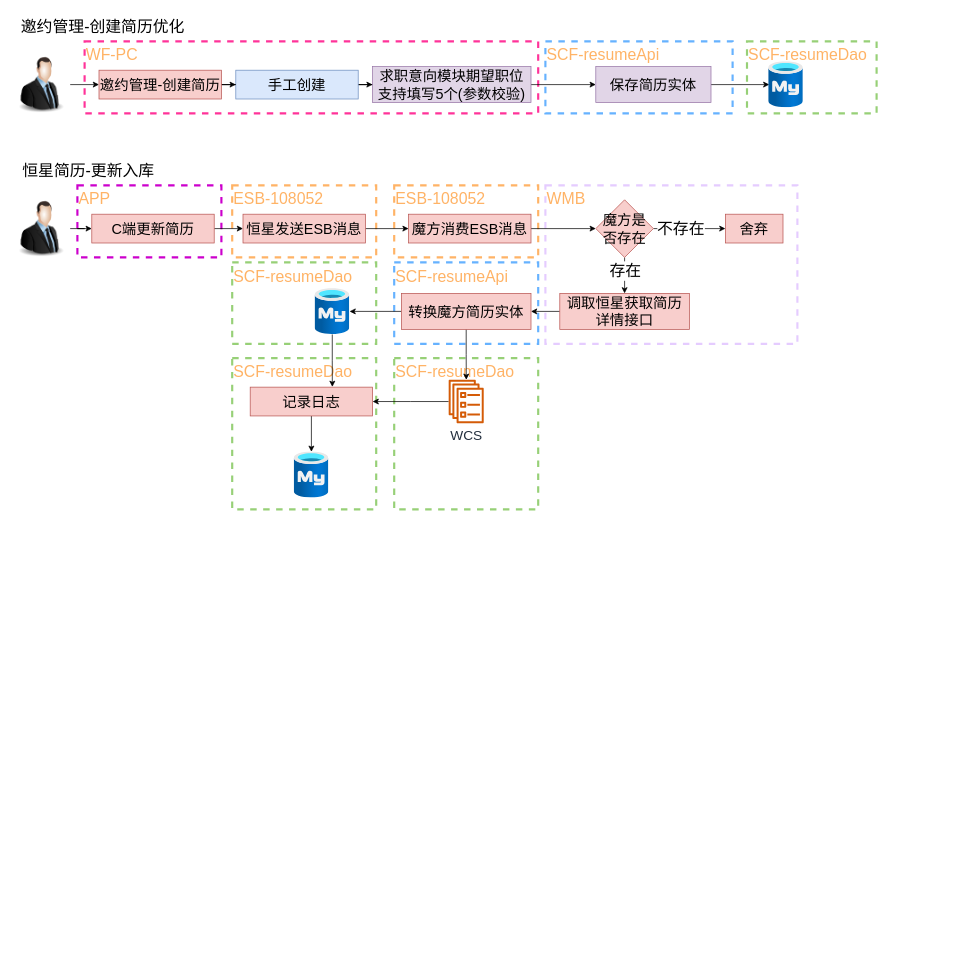
Before: 恒星简历更新需求-4909.drawio in LuOyEbY/draw-b, a draw.io diagram. Source tidied: cells renumbered, new cells numbered last; positions are measured from the earlier drawing's top-left corner, leaving out a move shared by most shapes. Both pictures are drawn from the tidied source at 72%, with x=0, y=0 at pixel (12, 12).
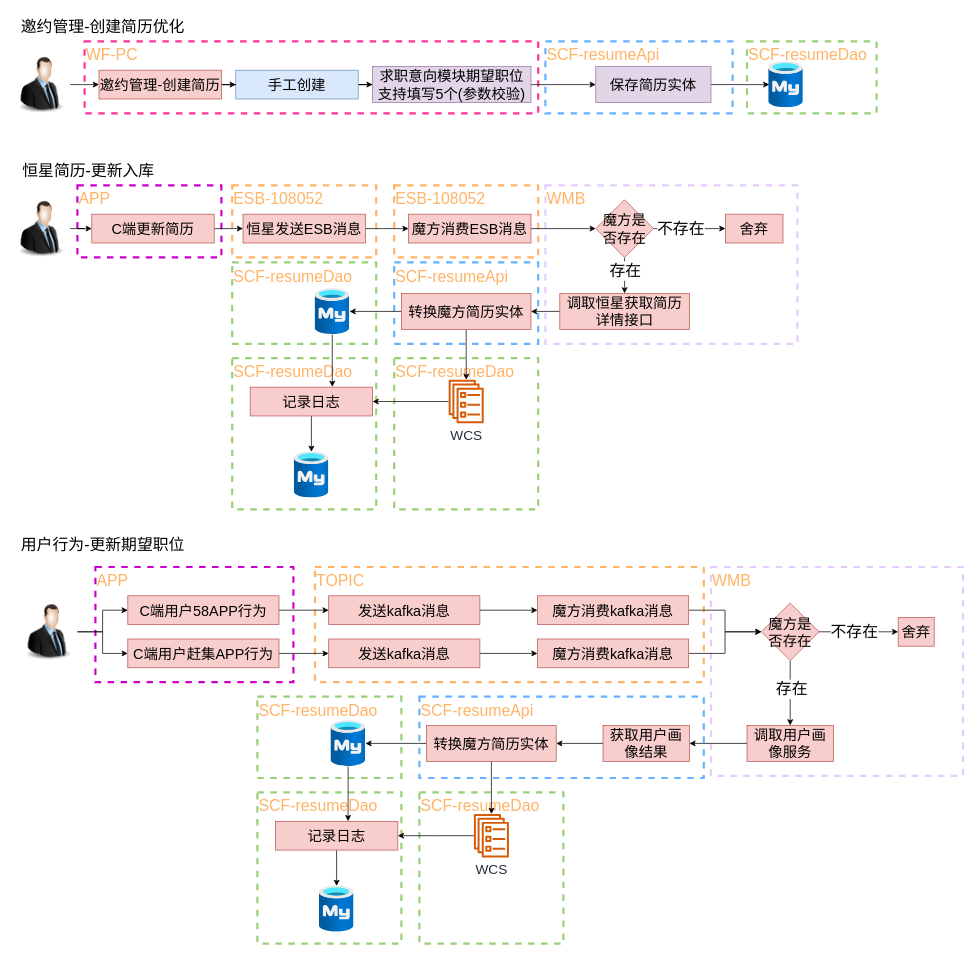
After the change.

Commit message (it also covers changes not shown here):
更新恒星简历更新需求-4909.drawio

Change to the diagram source:
```diff
@@
+    <mxCell id="52" value="TOPIC" style="rounded=0;whiteSpace=wrap;html=1;dashed=1;strokeColor=#FFB366;align=left;verticalAlign=top;fontSize=22;fontColor=#FFB366;strokeWidth=3;" parent="1" vertex="1">
+      <mxGeometry x="420" y="770" width="540" height="160" as="geometry" />
+    </mxCell>
+    <mxCell id="53" value="APP" style="rounded=0;whiteSpace=wrap;html=1;dashed=1;strokeColor=#CC00CC;align=left;verticalAlign=top;fontSize=22;fontColor=#FFB366;strokeWidth=3;" parent="1" vertex="1">
+      <mxGeometry x="115" y="770" width="275" height="160" as="geometry" />
+    </mxCell>
+    <mxCell id="54" value="WMB" style="rounded=0;whiteSpace=wrap;html=1;dashed=1;strokeColor=#E5CCFF;align=left;verticalAlign=top;fontSize=22;fontColor=#FFB366;strokeWidth=3;" parent="1" vertex="1">
+      <mxGeometry x="970" y="770" width="350" height="290" as="geometry" />
+    </mxCell>
+    <mxCell id="55" value="SCF-resumeApi" style="rounded=0;whiteSpace=wrap;html=1;dashed=1;strokeColor=#66B2FF;align=left;verticalAlign=top;fontSize=22;fontColor=#FFB366;strokeWidth=3;" parent="1" vertex="1">
+      <mxGeometry x="565" y="950" width="395" height="113" as="geometry" />
+    </mxCell>
@@
+    <mxCell id="56" value="&lt;font color=&quot;#000000&quot;&gt;用户行为-更新期望职位&lt;/font&gt;" style="text;html=1;align=center;verticalAlign=middle;strokeColor=none;fillColor=none;fontSize=22;fontColor=#FFB366;" parent="1" vertex="1">
+      <mxGeometry y="720" width="250" height="40" as="geometry" />
+    </mxCell>
+    <mxCell id="57" style="edgeStyle=orthogonalEdgeStyle;rounded=0;jettySize=auto;html=1;fontSize=22;fontColor=#000000;" parent="1" edge="1" source="59" target="61">
+      <mxGeometry relative="1" as="geometry" />
+    </mxCell>
+    <mxCell id="58" style="edgeStyle=orthogonalEdgeStyle;rounded=0;jettySize=auto;html=1;entryX=0;entryY=0.5;entryDx=0;entryDy=0;fontSize=22;fontColor=#000000;" parent="1" edge="1" source="59" target="63">
+      <mxGeometry relative="1" as="geometry" />
+    </mxCell>
+    <mxCell id="59" style="image;html=1;image=img/lib/clip_art/people/Suit_Man_128x128.png;fontSize=20;" parent="1" vertex="1">
+      <mxGeometry x="10" y="820" width="80" height="80" as="geometry" />
+    </mxCell>
+    <mxCell id="60" style="edgeStyle=orthogonalEdgeStyle;rounded=0;jettySize=auto;html=1;fontSize=22;fontColor=#000000;" parent="1" edge="1" source="61" target="65">
+      <mxGeometry relative="1" as="geometry" />
+    </mxCell>
+    <mxCell id="61" value="C端用户58APP行为" style="rounded=0;whiteSpace=wrap;html=1;fontSize=20;fillColor=#f8cecc;strokeColor=#b85450;" parent="1" vertex="1">
+      <mxGeometry x="160" y="810" width="210" height="40" as="geometry" />
+    </mxCell>
+    <mxCell id="62" style="edgeStyle=orthogonalEdgeStyle;rounded=0;jettySize=auto;html=1;entryX=0;entryY=0.5;entryDx=0;entryDy=0;fontSize=22;fontColor=#000000;" parent="1" edge="1" source="63" target="67">
+      <mxGeometry relative="1" as="geometry" />
+    </mxCell>
+    <mxCell id="63" value="C端用户赶集APP行为" style="rounded=0;whiteSpace=wrap;html=1;fontSize=20;fillColor=#f8cecc;strokeColor=#b85450;" parent="1" vertex="1">
+      <mxGeometry x="160" y="870" width="210" height="40" as="geometry" />
+    </mxCell>
+    <mxCell id="64" style="edgeStyle=orthogonalEdgeStyle;rounded=0;jettySize=auto;html=1;fontSize=22;fontColor=#000000;" parent="1" edge="1" source="65" target="69">
+      <mxGeometry relative="1" as="geometry" />
+    </mxCell>
+    <mxCell id="65" value="发送kafka消息" style="rounded=0;whiteSpace=wrap;html=1;fontSize=20;fillColor=#f8cecc;strokeColor=#b85450;" parent="1" vertex="1">
+      <mxGeometry x="439" y="810" width="210" height="40" as="geometry" />
+    </mxCell>
+    <mxCell id="66" style="edgeStyle=orthogonalEdgeStyle;rounded=0;jettySize=auto;html=1;fontSize=22;fontColor=#000000;" parent="1" edge="1" source="67" target="71">
+      <mxGeometry relative="1" as="geometry" />
+    </mxCell>
+    <mxCell id="67" value="发送kafka消息" style="rounded=0;whiteSpace=wrap;html=1;fontSize=20;fillColor=#f8cecc;strokeColor=#b85450;" parent="1" vertex="1">
+      <mxGeometry x="439" y="870" width="210" height="40" as="geometry" />
+    </mxCell>
+    <mxCell id="68" style="edgeStyle=orthogonalEdgeStyle;rounded=0;jettySize=auto;html=1;entryX=0;entryY=0.5;entryDx=0;entryDy=0;fontSize=22;fontColor=#000000;" parent="1" edge="1" source="69" target="76">
+      <mxGeometry relative="1" as="geometry" />
+    </mxCell>
+    <mxCell id="69" value="魔方消费kafka消息" style="rounded=0;whiteSpace=wrap;html=1;fontSize=20;fillColor=#f8cecc;strokeColor=#b85450;" parent="1" vertex="1">
+      <mxGeometry x="729" y="810" width="210" height="40" as="geometry" />
+    </mxCell>
+    <mxCell id="70" style="edgeStyle=orthogonalEdgeStyle;rounded=0;jettySize=auto;html=1;entryX=0;entryY=0.5;entryDx=0;entryDy=0;fontSize=22;fontColor=#000000;" parent="1" edge="1" source="71" target="76">
+      <mxGeometry relative="1" as="geometry" />
+    </mxCell>
+    <mxCell id="71" value="魔方消费kafka消息" style="rounded=0;whiteSpace=wrap;html=1;fontSize=20;fillColor=#f8cecc;strokeColor=#b85450;" parent="1" vertex="1">
+      <mxGeometry x="729" y="870" width="210" height="40" as="geometry" />
+    </mxCell>
+    <mxCell id="72" style="edgeStyle=orthogonalEdgeStyle;rounded=0;jettySize=auto;html=1;fontSize=22;fontColor=#000000;" parent="1" edge="1" source="76" target="77">
+      <mxGeometry relative="1" as="geometry" />
+    </mxCell>
+    <mxCell id="73" value="不存在" style="edgeLabel;html=1;align=center;verticalAlign=middle;fontSize=22;fontColor=#000000;" parent="72" vertex="1">
+      <mxGeometry x="-0.13" relative="1" as="geometry" />
+    </mxCell>
+    <mxCell id="74" style="edgeStyle=orthogonalEdgeStyle;rounded=0;jettySize=auto;html=1;fontSize=22;fontColor=#000000;" parent="1" edge="1" source="76" target="79">
+      <mxGeometry relative="1" as="geometry" />
+    </mxCell>
+    <mxCell id="75" value="存在" style="edgeLabel;html=1;align=center;verticalAlign=middle;fontSize=22;fontColor=#000000;" parent="74" vertex="1">
+      <mxGeometry x="-0.13" y="1" relative="1" as="geometry" />
+    </mxCell>
+    <mxCell id="76" value="魔方是否存在" style="rhombus;whiteSpace=wrap;html=1;fontSize=20;fillColor=#f8cecc;strokeColor=#b85450;rounded=0;strokeWidth=1;fontColor=#000000;" parent="1" vertex="1">
+      <mxGeometry x="1040" y="820" width="80" height="80" as="geometry" />
+    </mxCell>
+    <mxCell id="77" value="舍弃" style="whiteSpace=wrap;html=1;fontSize=20;fillColor=#f8cecc;strokeColor=#b85450;fontColor=#000000;rounded=0;strokeWidth=1;" parent="1" vertex="1">
+      <mxGeometry x="1230" y="840" width="50" height="40" as="geometry" />
+    </mxCell>
+    <mxCell id="78" style="edgeStyle=orthogonalEdgeStyle;rounded=0;jettySize=auto;html=1;fontSize=22;fontColor=#000000;" parent="1" edge="1" source="79" target="81">
+      <mxGeometry relative="1" as="geometry" />
+    </mxCell>
+    <mxCell id="79" value="调取用户画像服务" style="whiteSpace=wrap;html=1;fontSize=20;fillColor=#f8cecc;strokeColor=#b85450;fontColor=#000000;rounded=0;strokeWidth=1;" parent="1" vertex="1">
+      <mxGeometry x="1020" y="990" width="120" height="50" as="geometry" />
+    </mxCell>
+    <mxCell id="80" style="edgeStyle=orthogonalEdgeStyle;rounded=0;jettySize=auto;html=1;entryX=1;entryY=0.5;entryDx=0;entryDy=0;fontSize=22;fontColor=#000000;" parent="1" edge="1" source="81" target="87">
+      <mxGeometry relative="1" as="geometry" />
+    </mxCell>
+    <mxCell id="81" value="获取用户画像结果" style="whiteSpace=wrap;html=1;fontSize=20;fillColor=#f8cecc;strokeColor=#b85450;fontColor=#000000;rounded=0;strokeWidth=1;" parent="1" vertex="1">
+      <mxGeometry x="820" y="990" width="120" height="50" as="geometry" />
+    </mxCell>
+    <mxCell id="82" value="SCF-resumeDao" style="rounded=0;whiteSpace=wrap;html=1;dashed=1;strokeColor=#97D077;align=left;verticalAlign=top;fontSize=22;fontColor=#FFB366;strokeWidth=3;" parent="1" vertex="1">
+      <mxGeometry x="340" y="1083" width="200" height="210" as="geometry" />
+    </mxCell>
+    <mxCell id="83" value="SCF-resumeDao" style="rounded=0;whiteSpace=wrap;html=1;dashed=1;strokeColor=#97D077;align=left;verticalAlign=top;fontSize=22;fontColor=#FFB366;strokeWidth=3;" parent="1" vertex="1">
+      <mxGeometry x="565" y="1083" width="200" height="210" as="geometry" />
+    </mxCell>
+    <mxCell id="84" value="SCF-resumeDao" style="rounded=0;whiteSpace=wrap;html=1;dashed=1;strokeColor=#97D077;align=left;verticalAlign=top;fontSize=22;fontColor=#FFB366;strokeWidth=3;" parent="1" vertex="1">
+      <mxGeometry x="340" y="950" width="200" height="113" as="geometry" />
+    </mxCell>
+    <mxCell id="85" style="edgeStyle=orthogonalEdgeStyle;rounded=0;jettySize=auto;html=1;fontSize=22;fontColor=#000000;" parent="1" edge="1" source="87" target="91">
+      <mxGeometry relative="1" as="geometry" />
+    </mxCell>
+    <mxCell id="86" style="edgeStyle=orthogonalEdgeStyle;rounded=0;jettySize=auto;html=1;fontSize=22;fontColor=#000000;" parent="1" edge="1" source="87" target="89">
+      <mxGeometry relative="1" as="geometry" />
+    </mxCell>
+    <mxCell id="87" value="转换魔方简历实体" style="whiteSpace=wrap;html=1;fontSize=20;fillColor=#f8cecc;strokeColor=#b85450;rounded=0;" parent="1" vertex="1">
+      <mxGeometry x="575" y="990" width="180" height="50" as="geometry" />
+    </mxCell>
+    <mxCell id="88" style="edgeStyle=orthogonalEdgeStyle;rounded=0;jettySize=auto;html=1;entryX=0.594;entryY=-0.004;entryDx=0;entryDy=0;entryPerimeter=0;fontSize=22;fontColor=#000000;" parent="1" edge="1" source="89" target="93">
+      <mxGeometry relative="1" as="geometry" />
+    </mxCell>
+    <mxCell id="89" style="html=1;points=[];align=center;image;fontSize=12;image=img/lib/azure2/databases/Azure_Database_MySQL_Server.svg;dashed=1;strokeColor=#FFB366;fontColor=#000000;" parent="1" vertex="1">
+      <mxGeometry x="442" y="983" width="48" height="64" as="geometry" />
+    </mxCell>
+    <mxCell id="90" style="edgeStyle=orthogonalEdgeStyle;rounded=0;jettySize=auto;html=1;entryX=1;entryY=0.5;entryDx=0;entryDy=0;fontSize=22;fontColor=#000000;" parent="1" edge="1" source="91" target="93">
+      <mxGeometry relative="1" as="geometry" />
+    </mxCell>
+    <mxCell id="91" value="&lt;span style=&quot;font-size: 19px;&quot;&gt;WCS&lt;/span&gt;" style="sketch=0;outlineConnect=0;fontColor=#232F3E;gradientColor=none;fillColor=#D45B07;strokeColor=none;dashed=0;verticalLabelPosition=bottom;verticalAlign=top;align=center;html=1;fontSize=12;fontStyle=0;shape=mxgraph.aws4.ecs_service;" parent="1" vertex="1">
+      <mxGeometry x="640.5" y="1113" width="49" height="60.3" as="geometry" />
+    </mxCell>
+    <mxCell id="92" style="edgeStyle=orthogonalEdgeStyle;rounded=0;jettySize=auto;html=1;fontSize=22;fontColor=#000000;" parent="1" edge="1" source="93" target="94">
+      <mxGeometry relative="1" as="geometry" />
+    </mxCell>
+    <mxCell id="93" value="记录日志" style="rounded=0;whiteSpace=wrap;html=1;fontSize=20;fillColor=#f8cecc;strokeColor=#b85450;" parent="1" vertex="1">
+      <mxGeometry x="365" y="1123.2" width="170" height="40" as="geometry" />
+    </mxCell>
+    <mxCell id="94" style="html=1;points=[];align=center;image;fontSize=12;image=img/lib/azure2/databases/Azure_Database_MySQL_Server.svg;dashed=1;strokeColor=#FFB366;fontColor=#000000;" parent="1" vertex="1">
+      <mxGeometry x="426" y="1213" width="48" height="64" as="geometry" />
+    </mxCell>
```
